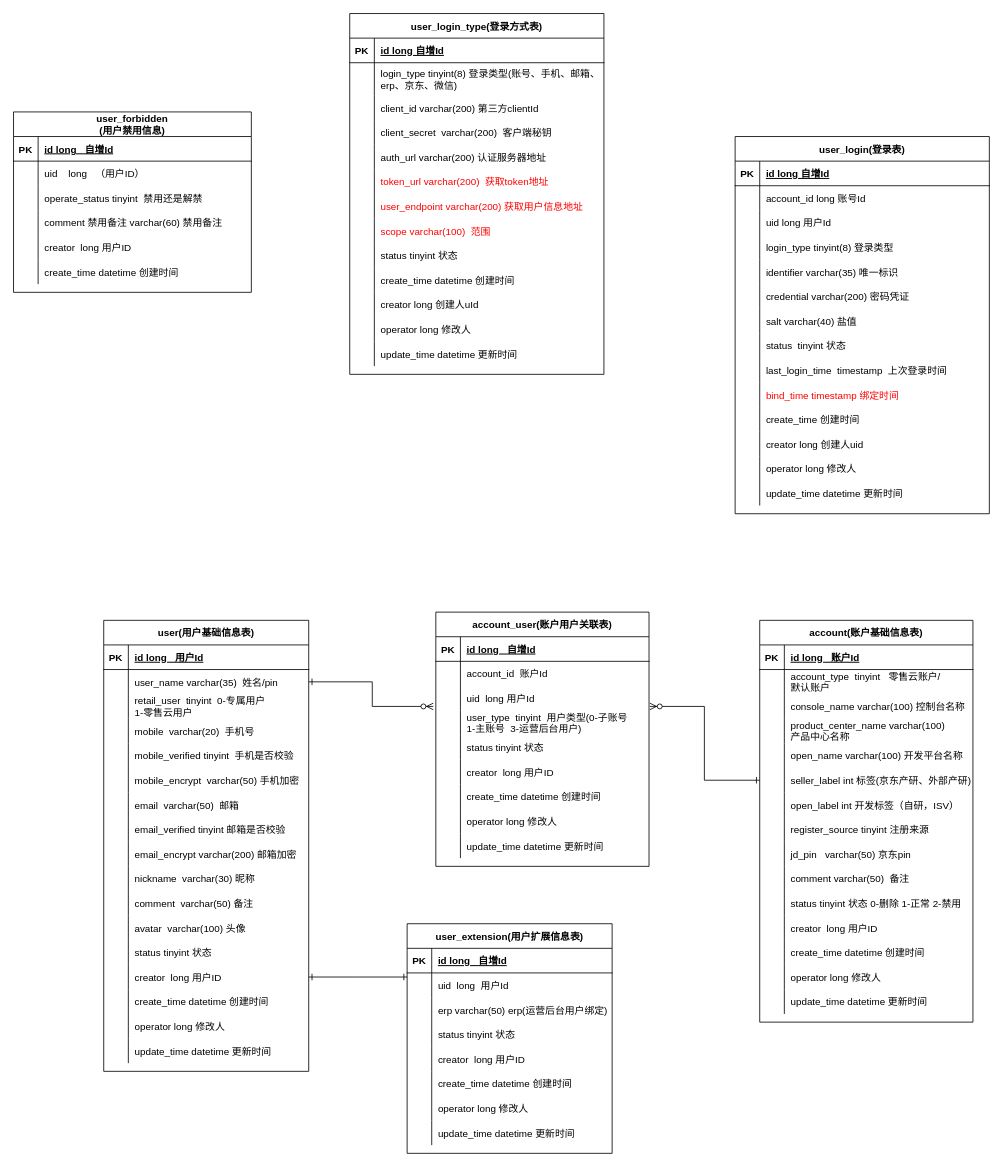
The draw.io diagram page "新账号模型" (1 of 10) of idaas.drawio in AjaxXu/Diagram, before the edit. Source tidied: cells renumbered, new cells numbered last; positions are measured from the earlier drawing's top-left corner, leaving out a move shared by most shapes. Both pictures are drawn from the tidied source at 82%, with x=0, y=0 at pixel (-36, 13).
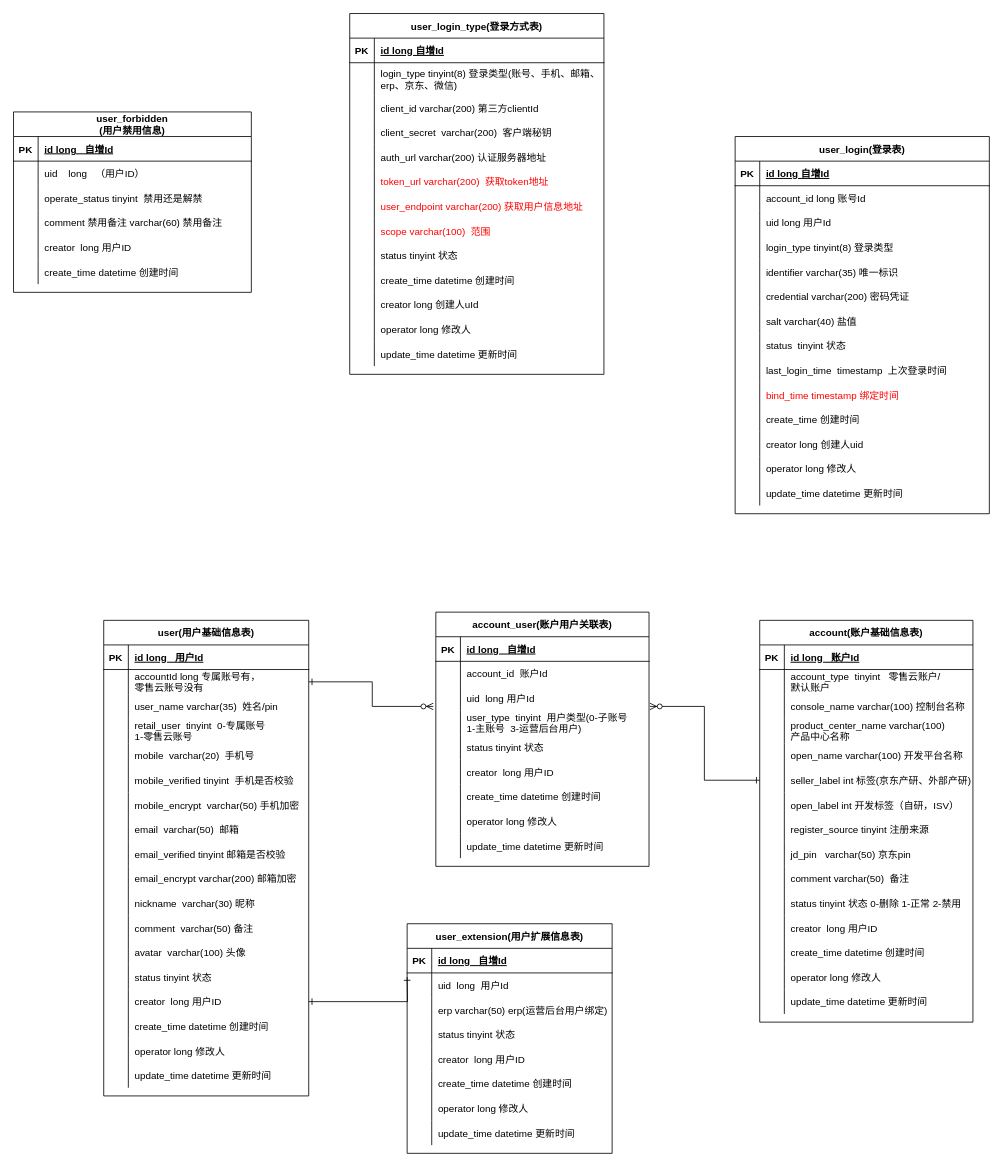
The same page after the edit.

The change refers to these unchanged cells:
```xml
<mxCell id="52" style="shape=partialRectangle;fillColor=none;points=[[0,0.5],[1,0.5]];portConstraint=eastwest;top=0;left=0;right=0;bottom=0;" parent="48" vertex="1">
  <mxGeometry y="60" width="250" height="30" as="geometry" />
</mxCell>
```

The edit, as a diff of the source:
```diff
@@
     <mxCell id="48" value="user(用户基础信息表)" style="shape=table;startSize=30;childLayout=tableLayout;rowLines=0;fontStyle=1;align=center;" parent="1" vertex="1">
-      <mxGeometry x="170" y="740" width="250" height="550" as="geometry" />
+      <mxGeometry x="170" y="740" width="250" height="580" as="geometry" />
     </mxCell>
@@
-    <mxCell id="54" value="user_name varchar(35)  姓名/pin" style="shape=partialRectangle;overflow=hidden;fillColor=none;top=0;left=0;bottom=0;right=0;align=left;spacingLeft=6;" parent="52" vertex="1">
+    <mxCell id="54" value="accountId long 专属账号有，&#10;零售云账号没有" style="shape=partialRectangle;overflow=hidden;fillColor=none;top=0;left=0;bottom=0;right=0;align=left;spacingLeft=6;" parent="52" vertex="1">
       <mxGeometry x="30" width="220" height="30" as="geometry" />
     </mxCell>
+    <mxCell id="263" style="shape=partialRectangle;fillColor=none;top=0;left=0;right=0;bottom=0;" parent="48" vertex="1">
+      <mxGeometry y="90" width="250" height="30" as="geometry" />
+    </mxCell>
+    <mxCell id="264" style="shape=partialRectangle;overflow=hidden;fillColor=none;top=0;left=0;bottom=0;right=0;" parent="263" vertex="1">
+      <mxGeometry width="30" height="30" as="geometry" />
+    </mxCell>
+    <mxCell id="265" value="user_name varchar(35)  姓名/pin" style="shape=partialRectangle;overflow=hidden;fillColor=none;top=0;left=0;bottom=0;right=0;align=left;spacingLeft=6;" parent="263" vertex="1">
+      <mxGeometry x="30" width="220" height="30" as="geometry" />
+    </mxCell>
     <mxCell id="55" style="shape=partialRectangle;fillColor=none;top=0;left=0;right=0;bottom=0;" parent="48" vertex="1">
-      <mxGeometry y="90" width="250" height="30" as="geometry" />
+      <mxGeometry y="120" width="250" height="30" as="geometry" />
     </mxCell>
@@
-    <mxCell id="57" value="retail_user  tinyint  0-专属用户  &#10;1-零售云用户" style="shape=partialRectangle;overflow=hidden;fillColor=none;top=0;left=0;bottom=0;right=0;align=left;spacingLeft=6;" parent="55" vertex="1">
+    <mxCell id="57" value="retail_user  tinyint  0-专属账号&#10;1-零售云账号" style="shape=partialRectangle;overflow=hidden;fillColor=none;top=0;left=0;bottom=0;right=0;align=left;spacingLeft=6;" parent="55" vertex="1">
       <mxGeometry x="30" width="220" height="30" as="geometry" />
     </mxCell>
     <mxCell id="58" style="shape=partialRectangle;fillColor=none;top=0;left=0;right=0;bottom=0;" parent="48" vertex="1">
-      <mxGeometry y="120" width="250" height="30" as="geometry" />
+      <mxGeometry y="150" width="250" height="30" as="geometry" />
     </mxCell>
@@
     <mxCell id="61" style="shape=partialRectangle;fillColor=none;top=0;left=0;right=0;bottom=0;" parent="48" vertex="1">
-      <mxGeometry y="150" width="250" height="30" as="geometry" />
+      <mxGeometry y="180" width="250" height="30" as="geometry" />
     </mxCell>
@@
     <mxCell id="64" style="shape=partialRectangle;fillColor=none;top=0;left=0;right=0;bottom=0;" parent="48" vertex="1">
-      <mxGeometry y="180" width="250" height="30" as="geometry" />
+      <mxGeometry y="210" width="250" height="30" as="geometry" />
     </mxCell>
@@
     <mxCell id="67" style="shape=partialRectangle;fillColor=none;top=0;left=0;right=0;bottom=0;" parent="48" vertex="1">
-      <mxGeometry y="210" width="250" height="30" as="geometry" />
+      <mxGeometry y="240" width="250" height="30" as="geometry" />
     </mxCell>
@@
     <mxCell id="70" style="shape=partialRectangle;fillColor=none;top=0;left=0;right=0;bottom=0;" parent="48" vertex="1">
-      <mxGeometry y="240" width="250" height="30" as="geometry" />
+      <mxGeometry y="270" width="250" height="30" as="geometry" />
     </mxCell>
@@
     <mxCell id="73" style="shape=partialRectangle;fillColor=none;top=0;left=0;right=0;bottom=0;" parent="48" vertex="1">
-      <mxGeometry y="270" width="250" height="30" as="geometry" />
+      <mxGeometry y="300" width="250" height="30" as="geometry" />
     </mxCell>
@@
     <mxCell id="76" style="shape=partialRectangle;fillColor=none;top=0;left=0;right=0;bottom=0;" parent="48" vertex="1">
-      <mxGeometry y="300" width="250" height="30" as="geometry" />
+      <mxGeometry y="330" width="250" height="30" as="geometry" />
     </mxCell>
@@
     <mxCell id="79" style="shape=partialRectangle;fillColor=none;top=0;left=0;right=0;bottom=0;" parent="48" vertex="1">
-      <mxGeometry y="330" width="250" height="30" as="geometry" />
+      <mxGeometry y="360" width="250" height="30" as="geometry" />
     </mxCell>
@@
     <mxCell id="82" style="shape=partialRectangle;fillColor=none;top=0;left=0;right=0;bottom=0;" parent="48" vertex="1">
-      <mxGeometry y="360" width="250" height="30" as="geometry" />
+      <mxGeometry y="390" width="250" height="30" as="geometry" />
     </mxCell>
@@
     <mxCell id="85" style="shape=partialRectangle;fillColor=none;top=0;left=0;right=0;bottom=0;" parent="48" vertex="1">
-      <mxGeometry y="390" width="250" height="30" as="geometry" />
+      <mxGeometry y="420" width="250" height="30" as="geometry" />
     </mxCell>
@@
     <mxCell id="88" style="shape=partialRectangle;fillColor=none;points=[[0,0.5],[1,0.5]];portConstraint=eastwest;top=0;left=0;right=0;bottom=0;" parent="48" vertex="1">
-      <mxGeometry y="420" width="250" height="30" as="geometry" />
+      <mxGeometry y="450" width="250" height="30" as="geometry" />
     </mxCell>
@@
     <mxCell id="91" style="shape=partialRectangle;fillColor=none;top=0;left=0;right=0;bottom=0;" parent="48" vertex="1">
-      <mxGeometry y="450" width="250" height="30" as="geometry" />
+      <mxGeometry y="480" width="250" height="30" as="geometry" />
     </mxCell>
@@
     <mxCell id="94" style="shape=partialRectangle;fillColor=none;top=0;left=0;right=0;bottom=0;" parent="48" vertex="1">
-      <mxGeometry y="480" width="250" height="30" as="geometry" />
+      <mxGeometry y="510" width="250" height="30" as="geometry" />
     </mxCell>
@@
     <mxCell id="97" style="shape=partialRectangle;fillColor=none;top=0;left=0;right=0;bottom=0;" parent="48" vertex="1">
-      <mxGeometry y="510" width="250" height="30" as="geometry" />
+      <mxGeometry y="540" width="250" height="30" as="geometry" />
     </mxCell>
```
